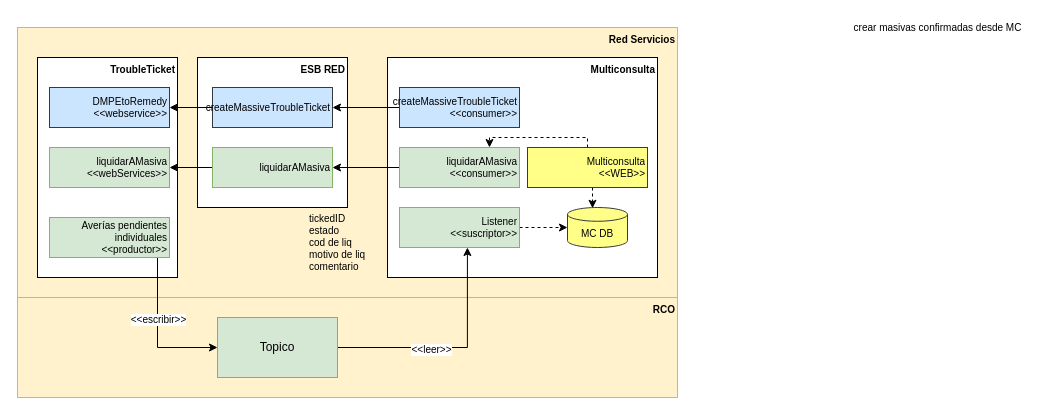
This is page "Página-1" (1 of 2) of FEAT-3938/FEAT-3938 Adecuaciones Multiconsulta y +Simple.drawio from leomunozsaga/test, a draw.io file, before an edit. Source tidied: cells renumbered, new cells numbered last; positions are measured from the earlier drawing's top-left corner, leaving out a move shared by most shapes. Both pictures are drawn from the tidied source at 100%, with x=0, y=0 at pixel (17, 17).
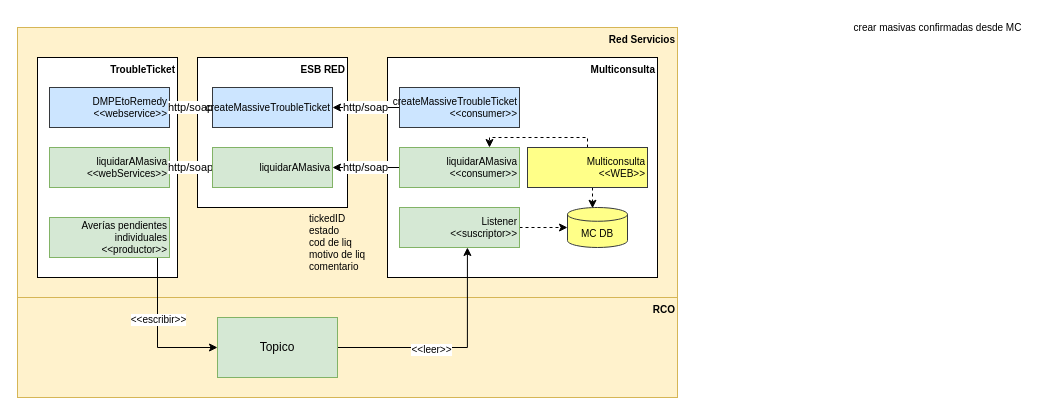
The same diagram, later.

The change refers to these unchanged cells:
```xml
<mxCell id="7" value="createMassiveTroubleTicket&lt;br&gt;&amp;lt;&amp;lt;consumer&amp;gt;&amp;gt;" style="rounded=0;whiteSpace=wrap;html=1;fontSize=10;align=right;fillColor=#cce5ff;strokeColor=#36393d;" parent="1" vertex="1">
  <mxGeometry x="382" y="70" width="120" height="40" as="geometry" />
</mxCell>
<mxCell id="9" value="DMPEtoRemedy&lt;br&gt;&amp;lt;&amp;lt;webservice&amp;gt;&amp;gt;" style="rounded=0;whiteSpace=wrap;html=1;fontSize=10;align=right;fillColor=#cce5ff;strokeColor=#36393d;" parent="1" vertex="1">
  <mxGeometry x="32" y="70" width="120" height="40" as="geometry" />
</mxCell>
<mxCell id="10" value="liquidarAMasiva&lt;br&gt;&amp;lt;&amp;lt;webServices&amp;gt;&amp;gt;" style="rounded=0;whiteSpace=wrap;html=1;fontSize=10;align=right;fillColor=#d5e8d4;strokeColor=#82b366;" parent="1" vertex="1">
  <mxGeometry x="32" y="130" width="120" height="40" as="geometry" />
</mxCell>
<mxCell id="16" value="liquidarAMasiva&lt;br&gt;&amp;lt;&amp;lt;consumer&amp;gt;&amp;gt;" style="rounded=0;whiteSpace=wrap;html=1;fontSize=10;align=right;fillColor=#d5e8d4;strokeColor=#82b366;" parent="1" vertex="1">
  <mxGeometry x="382" y="130" width="120" height="40" as="geometry" />
</mxCell>
<mxCell id="18" value="createMassiveTroubleTicket" style="rounded=0;whiteSpace=wrap;html=1;fontSize=10;align=right;fillColor=#cce5ff;strokeColor=#36393d;" parent="1" vertex="1">
  <mxGeometry x="195" y="70" width="120" height="40" as="geometry" />
</mxCell>
<mxCell id="20" value="liquidarAMasiva" style="rounded=0;whiteSpace=wrap;html=1;fontSize=10;align=right;fillColor=#d5e8d4;strokeColor=#82b366;" parent="1" vertex="1">
  <mxGeometry x="195" y="130" width="120" height="40" as="geometry" />
</mxCell>
```

The edit, as a diff of the source:
```diff
@@
-    <mxCell id="6" style="edgeStyle=orthogonalEdgeStyle;rounded=0;jettySize=auto;html=1;" parent="1" edge="1" source="7" target="18">
+    <mxCell id="6" value="http/soap" style="edgeStyle=orthogonalEdgeStyle;rounded=0;jettySize=auto;html=1;" parent="1" edge="1" source="7" target="18">
       <mxGeometry relative="1" as="geometry" />
     </mxCell>
@@
-    <mxCell id="15" style="edgeStyle=orthogonalEdgeStyle;rounded=0;jettySize=auto;html=1;entryX=1;entryY=0.5;entryDx=0;entryDy=0;" parent="1" edge="1" source="16" target="20">
+    <mxCell id="15" value="http/soap" style="edgeStyle=orthogonalEdgeStyle;rounded=0;jettySize=auto;html=1;entryX=1;entryY=0.5;entryDx=0;entryDy=0;" parent="1" edge="1" source="16" target="20">
       <mxGeometry relative="1" as="geometry" />
     </mxCell>
@@
-    <mxCell id="17" style="edgeStyle=orthogonalEdgeStyle;rounded=0;jettySize=auto;html=1;entryX=1;entryY=0.5;entryDx=0;entryDy=0;" parent="1" edge="1" source="18" target="9">
+    <mxCell id="17" value="http/soap" style="edgeStyle=orthogonalEdgeStyle;rounded=0;jettySize=auto;html=1;entryX=1;entryY=0.5;entryDx=0;entryDy=0;" parent="1" edge="1" source="18" target="9">
       <mxGeometry relative="1" as="geometry" />
     </mxCell>
@@
-    <mxCell id="19" style="edgeStyle=orthogonalEdgeStyle;rounded=0;jettySize=auto;html=1;" parent="1" edge="1" source="20" target="10">
+    <mxCell id="19" value="http/soap" style="edgeStyle=orthogonalEdgeStyle;rounded=0;jettySize=auto;html=1;" parent="1" edge="1" source="20" target="10">
       <mxGeometry relative="1" as="geometry" />
     </mxCell>
```
